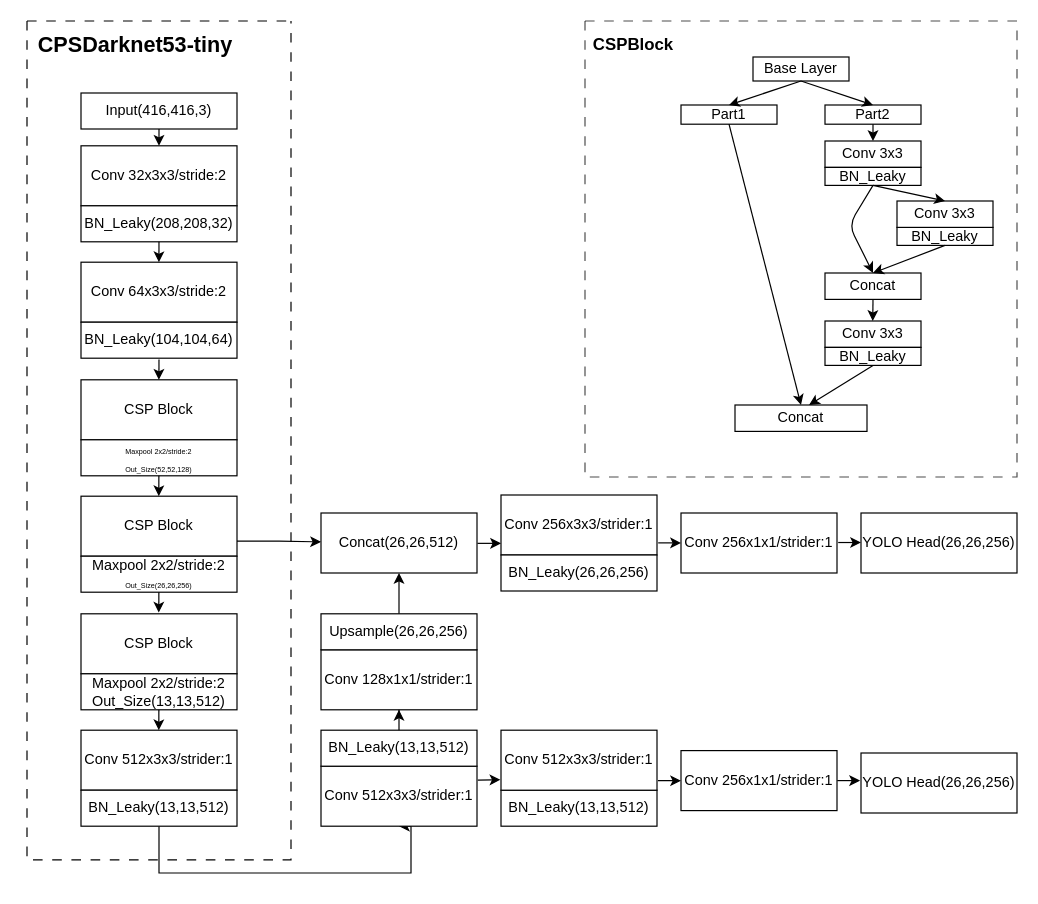
The draw.io diagram 系统顶层.drawio in Tanglia/draw, before the edit. Source tidied: cells renumbered, new cells numbered last; positions are measured from the earlier drawing's top-left corner, leaving out a move shared by most shapes. Both pictures are drawn from the tidied source at 120%, with x=0, y=0 at pixel (20, 20).
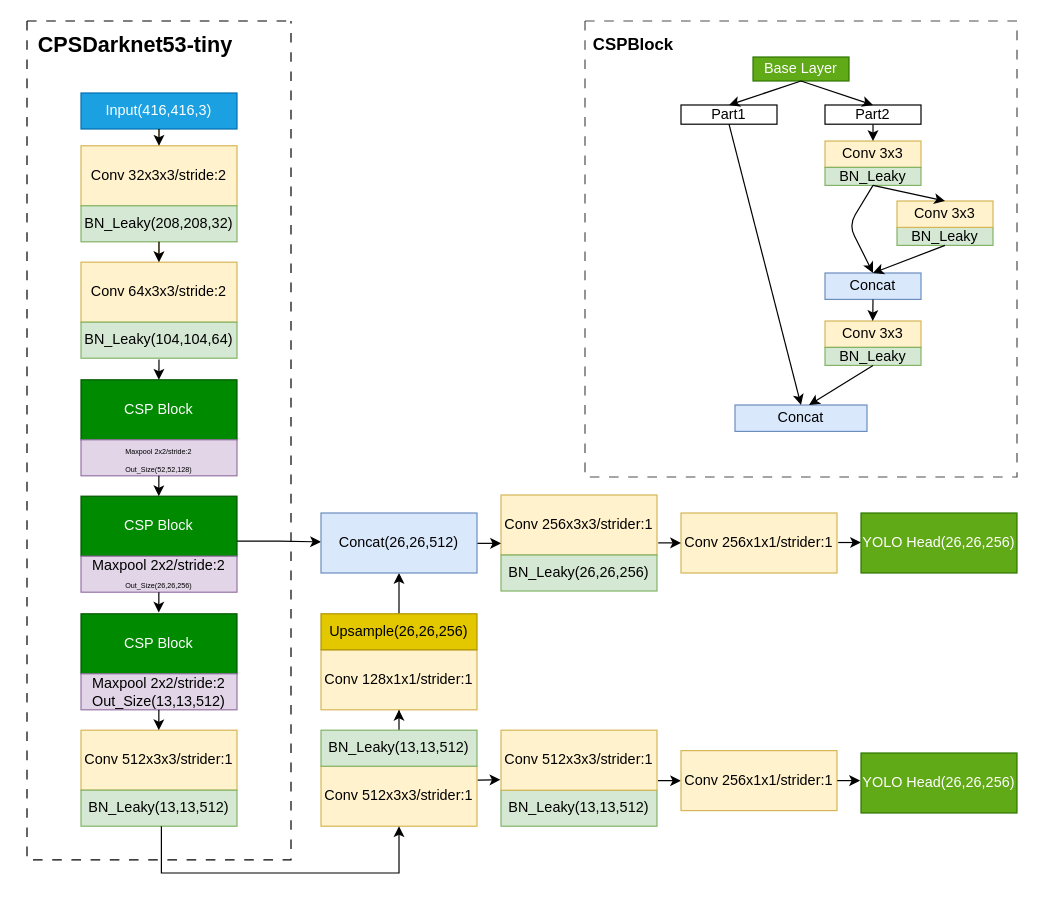
After the change.

Commit message:
更新系统顶层.drawio

Unchanged cells that the change refers to:
```xml
<mxCell id="46" style="swimlane;startSize=0;dashed=1;dashPattern=8 8;opacity=70;" parent="1" vertex="1">
  <mxGeometry x="470" width="360" height="380" as="geometry" />
</mxCell>
```

What changed in the source:
```diff
@@
+    <mxCell id="68" style="edgeStyle=orthogonalEdgeStyle;rounded=0;jettySize=auto;html=1;fillColor=#fff2cc;strokeColor=#d6b656;" parent="1" edge="1" source="2" target="5">
+      <mxGeometry relative="1" as="geometry" />
+    </mxCell>
-    <mxCell id="2" value="Input(416,416,3)" style="rounded=0;whiteSpace=wrap;html=1;flipV=1;flipH=0;" parent="1" vertex="1">
+    <mxCell id="2" value="Input(416,416,3)" style="rounded=0;whiteSpace=wrap;html=1;flipV=1;flipH=0;fillColor=#1ba1e2;strokeColor=#006EAF;fontColor=#ffffff;" parent="1" vertex="1">
       <mxGeometry x="50" y="60" width="130" height="30" as="geometry" />
     </mxCell>
-    <mxCell id="3" value="Conv 32x3x3/stride:2" style="rounded=0;whiteSpace=wrap;html=1;flipV=1;flipH=0;" parent="1" vertex="1">
+    <mxCell id="3" value="Conv 32x3x3/stride:2" style="rounded=0;whiteSpace=wrap;html=1;flipV=1;flipH=0;fillColor=#fff2cc;strokeColor=#d6b656;" parent="1" vertex="1">
       <mxGeometry x="50" y="104" width="130" height="50" as="geometry" />
     </mxCell>
-    <mxCell id="4" value="BN_Leaky(208,208,32)" style="rounded=0;whiteSpace=wrap;html=1;flipV=1;flipH=0;" parent="1" vertex="1">
+    <mxCell id="4" value="BN_Leaky(208,208,32)" style="rounded=0;whiteSpace=wrap;html=1;flipV=1;flipH=0;fillColor=#d5e8d4;strokeColor=#82b366;" parent="1" vertex="1">
       <mxGeometry x="50" y="154" width="130" height="30" as="geometry" />
     </mxCell>
-    <mxCell id="5" value="Conv 64x3x3/stride:2" style="rounded=0;whiteSpace=wrap;html=1;flipV=1;flipH=0;" parent="1" vertex="1">
+    <mxCell id="5" value="Conv 64x3x3/stride:2" style="rounded=0;whiteSpace=wrap;html=1;flipV=1;flipH=0;fillColor=#fff2cc;strokeColor=#d6b656;" parent="1" vertex="1">
       <mxGeometry x="50" y="201" width="130" height="50" as="geometry" />
     </mxCell>
-    <mxCell id="6" value="BN_Leaky(104,104,64)" style="rounded=0;whiteSpace=wrap;html=1;flipV=1;flipH=0;" parent="1" vertex="1">
+    <mxCell id="6" value="BN_Leaky(104,104,64)" style="rounded=0;whiteSpace=wrap;html=1;flipV=1;flipH=0;fillColor=#d5e8d4;strokeColor=#82b366;" parent="1" vertex="1">
       <mxGeometry x="50" y="251" width="130" height="30" as="geometry" />
     </mxCell>
-    <mxCell id="7" value="CSP Block" style="rounded=0;whiteSpace=wrap;html=1;flipV=1;flipH=0;" parent="1" vertex="1">
+    <mxCell id="7" value="CSP Block" style="rounded=0;whiteSpace=wrap;html=1;flipV=1;flipH=0;fillColor=#008a00;fontColor=#ffffff;strokeColor=#005700;" parent="1" vertex="1">
       <mxGeometry x="50" y="299" width="130" height="50" as="geometry" />
     </mxCell>
-    <mxCell id="8" value="&lt;font style=&quot;font-size: 6px;&quot;&gt;Maxpool 2x2/stride:2&lt;br&gt;Out_Size(52,52,128)&lt;br&gt;&lt;/font&gt;" style="rounded=0;whiteSpace=wrap;html=1;flipV=1;flipH=0;" parent="1" vertex="1">
+    <mxCell id="8" value="&lt;font style=&quot;font-size: 6px;&quot;&gt;Maxpool 2x2/stride:2&lt;br&gt;Out_Size(52,52,128)&lt;br&gt;&lt;/font&gt;" style="rounded=0;whiteSpace=wrap;html=1;flipV=1;flipH=0;fillColor=#e1d5e7;strokeColor=#9673a6;" parent="1" vertex="1">
       <mxGeometry x="50" y="349" width="130" height="30" as="geometry" />
     </mxCell>
@@
-    <mxCell id="10" value="CSP Block" style="rounded=0;whiteSpace=wrap;html=1;flipV=1;flipH=0;" parent="1" vertex="1">
+    <mxCell id="10" value="CSP Block" style="rounded=0;whiteSpace=wrap;html=1;flipV=1;flipH=0;fillColor=#008a00;fontColor=#ffffff;strokeColor=#005700;" parent="1" vertex="1">
       <mxGeometry x="50" y="396" width="130" height="50" as="geometry" />
     </mxCell>
-    <mxCell id="11" value="Maxpool 2x2/stride:2&lt;br style=&quot;border-color: var(--border-color); font-size: 6px;&quot;&gt;&lt;span style=&quot;font-size: 6px;&quot;&gt;Out_Size(26,26,256)&lt;/span&gt;" style="rounded=0;whiteSpace=wrap;html=1;flipV=1;flipH=0;" parent="1" vertex="1">
+    <mxCell id="11" value="Maxpool 2x2/stride:2&lt;br style=&quot;border-color: var(--border-color); font-size: 6px;&quot;&gt;&lt;span style=&quot;font-size: 6px;&quot;&gt;Out_Size(26,26,256)&lt;/span&gt;" style="rounded=0;whiteSpace=wrap;html=1;flipV=1;flipH=0;fillColor=#e1d5e7;strokeColor=#9673a6;" parent="1" vertex="1">
       <mxGeometry x="50" y="446" width="130" height="30" as="geometry" />
     </mxCell>
-    <mxCell id="12" value="CSP Block" style="rounded=0;whiteSpace=wrap;html=1;flipV=1;flipH=0;" parent="1" vertex="1">
+    <mxCell id="12" value="CSP Block" style="rounded=0;whiteSpace=wrap;html=1;flipV=1;flipH=0;fillColor=#008a00;fontColor=#ffffff;strokeColor=#005700;" parent="1" vertex="1">
       <mxGeometry x="50" y="494" width="130" height="50" as="geometry" />
     </mxCell>
-    <mxCell id="13" value="Maxpool 2x2/stride:2&lt;br style=&quot;border-color: var(--border-color); font-size: 6px;&quot;&gt;Out_Size(13,13,512)" style="rounded=0;whiteSpace=wrap;html=1;flipV=1;flipH=0;" parent="1" vertex="1">
+    <mxCell id="13" value="Maxpool 2x2/stride:2&lt;br style=&quot;border-color: var(--border-color); font-size: 6px;&quot;&gt;Out_Size(13,13,512)" style="rounded=0;whiteSpace=wrap;html=1;flipV=1;flipH=0;fillColor=#e1d5e7;strokeColor=#9673a6;" parent="1" vertex="1">
       <mxGeometry x="50" y="544" width="130" height="30" as="geometry" />
     </mxCell>
-    <mxCell id="14" value="Conv 512x3x3/strider:1" style="rounded=0;whiteSpace=wrap;html=1;flipV=1;flipH=0;" parent="1" vertex="1">
+    <mxCell id="14" value="Conv 512x3x3/strider:1" style="rounded=0;whiteSpace=wrap;html=1;flipV=1;flipH=0;fillColor=#fff2cc;strokeColor=#d6b656;" parent="1" vertex="1">
       <mxGeometry x="50" y="591" width="130" height="50" as="geometry" />
     </mxCell>
-    <mxCell id="15" style="edgeStyle=orthogonalEdgeStyle;rounded=0;jettySize=auto;html=1;exitX=0.5;exitY=1;exitDx=0;exitDy=0;entryX=0.5;entryY=0;entryDx=0;entryDy=0;" parent="1" edge="1" source="16" target="25">
-      <mxGeometry relative="1" as="geometry">
-        <Array as="points">
-          <mxPoint x="115" y="710" />
-          <mxPoint x="325" y="710" />
-        </Array>
-      </mxGeometry>
-    </mxCell>
-    <mxCell id="16" value="BN_Leaky(13,13,512)" style="rounded=0;whiteSpace=wrap;html=1;flipV=1;flipH=0;" parent="1" vertex="1">
+    <mxCell id="16" value="BN_Leaky(13,13,512)" style="rounded=0;whiteSpace=wrap;html=1;flipV=1;flipH=0;fillColor=#d5e8d4;strokeColor=#82b366;" parent="1" vertex="1">
       <mxGeometry x="50" y="641" width="130" height="30" as="geometry" />
     </mxCell>
@@
-    <mxCell id="25" value="Conv 512x3x3/strider:1" style="rounded=0;whiteSpace=wrap;html=1;flipV=0;flipH=1;direction=west;" parent="1" vertex="1">
+    <mxCell id="25" value="Conv 512x3x3/strider:1" style="rounded=0;whiteSpace=wrap;html=1;flipV=0;flipH=1;direction=west;fillColor=#fff2cc;strokeColor=#d6b656;" parent="1" vertex="1">
       <mxGeometry x="250" y="621" width="130" height="50" as="geometry" />
     </mxCell>
@@
-    <mxCell id="27" value="BN_Leaky(13,13,512)" style="rounded=0;whiteSpace=wrap;html=1;flipV=0;flipH=1;direction=west;" parent="1" vertex="1">
+    <mxCell id="27" value="BN_Leaky(13,13,512)" style="rounded=0;whiteSpace=wrap;html=1;flipV=0;flipH=1;direction=west;fillColor=#d5e8d4;strokeColor=#82b366;" parent="1" vertex="1">
       <mxGeometry x="250" y="591" width="130" height="30" as="geometry" />
     </mxCell>
-    <mxCell id="28" value="Conv 128x1x1/strider:1" style="rounded=0;whiteSpace=wrap;html=1;flipV=0;flipH=1;direction=west;" parent="1" vertex="1">
+    <mxCell id="28" value="Conv 128x1x1/strider:1" style="rounded=0;whiteSpace=wrap;html=1;flipV=0;flipH=1;direction=west;fillColor=#fff2cc;strokeColor=#d6b656;" parent="1" vertex="1">
       <mxGeometry x="250" y="524" width="130" height="50" as="geometry" />
     </mxCell>
@@
-    <mxCell id="30" value="Upsample(26,26,256)" style="rounded=0;whiteSpace=wrap;html=1;flipV=0;flipH=1;direction=west;" parent="1" vertex="1">
+    <mxCell id="30" value="Upsample(26,26,256)" style="rounded=0;whiteSpace=wrap;html=1;flipV=0;flipH=1;direction=west;fillColor=#e3c800;fontColor=#000000;strokeColor=#B09500;" parent="1" vertex="1">
       <mxGeometry x="250" y="494" width="130" height="30" as="geometry" />
     </mxCell>
-    <mxCell id="31" value="Concat(26,26,512)" style="rounded=0;whiteSpace=wrap;html=1;flipV=0;flipH=1;direction=west;" parent="1" vertex="1">
+    <mxCell id="31" value="Concat(26,26,512)" style="rounded=0;whiteSpace=wrap;html=1;flipV=0;flipH=1;direction=west;fillColor=#dae8fc;strokeColor=#6c8ebf;" parent="1" vertex="1">
       <mxGeometry x="250" y="410" width="130" height="50" as="geometry" />
     </mxCell>
-    <mxCell id="32" value="Conv 256x3x3/strider:1" style="rounded=0;whiteSpace=wrap;html=1;flipV=1;flipH=0;" parent="1" vertex="1">
+    <mxCell id="32" value="Conv 256x3x3/strider:1" style="rounded=0;whiteSpace=wrap;html=1;flipV=1;flipH=0;fillColor=#fff2cc;strokeColor=#d6b656;" parent="1" vertex="1">
       <mxGeometry x="400" y="395" width="130" height="50" as="geometry" />
     </mxCell>
-    <mxCell id="33" value="BN_Leaky(26,26,256)" style="rounded=0;whiteSpace=wrap;html=1;flipV=1;flipH=0;" parent="1" vertex="1">
+    <mxCell id="33" value="BN_Leaky(26,26,256)" style="rounded=0;whiteSpace=wrap;html=1;flipV=1;flipH=0;fillColor=#d5e8d4;strokeColor=#82b366;" parent="1" vertex="1">
       <mxGeometry x="400" y="445" width="130" height="30" as="geometry" />
     </mxCell>
-    <mxCell id="34" value="BN_Leaky(13,13,512)" style="rounded=0;whiteSpace=wrap;html=1;flipV=0;flipH=1;direction=west;" parent="1" vertex="1">
+    <mxCell id="34" value="BN_Leaky(13,13,512)" style="rounded=0;whiteSpace=wrap;html=1;flipV=0;flipH=1;direction=west;fillColor=#d5e8d4;strokeColor=#82b366;" parent="1" vertex="1">
       <mxGeometry x="400" y="641" width="130" height="30" as="geometry" />
     </mxCell>
-    <mxCell id="35" value="Conv 512x3x3/strider:1" style="rounded=0;whiteSpace=wrap;html=1;flipV=0;flipH=1;direction=west;" parent="1" vertex="1">
+    <mxCell id="35" value="Conv 512x3x3/strider:1" style="rounded=0;whiteSpace=wrap;html=1;flipV=0;flipH=1;direction=west;fillColor=#fff2cc;strokeColor=#d6b656;" parent="1" vertex="1">
       <mxGeometry x="400" y="591" width="130" height="50" as="geometry" />
     </mxCell>
-    <mxCell id="36" value="YOLO Head(26,26,256)" style="rounded=0;whiteSpace=wrap;html=1;flipV=0;flipH=1;direction=west;" parent="1" vertex="1">
+    <mxCell id="36" value="YOLO Head(26,26,256)" style="rounded=0;whiteSpace=wrap;html=1;flipV=0;flipH=1;direction=west;fillColor=#60a917;fontColor=#ffffff;strokeColor=#2D7600;" parent="1" vertex="1">
       <mxGeometry x="700" y="610" width="130" height="50" as="geometry" />
     </mxCell>
-    <mxCell id="37" value="Conv 256x1x1/strider:1" style="rounded=0;whiteSpace=wrap;html=1;flipV=0;flipH=1;direction=west;" parent="1" vertex="1">
+    <mxCell id="37" value="Conv 256x1x1/strider:1" style="rounded=0;whiteSpace=wrap;html=1;flipV=0;flipH=1;direction=west;fillColor=#fff2cc;strokeColor=#d6b656;" parent="1" vertex="1">
       <mxGeometry x="550" y="410" width="130" height="50" as="geometry" />
     </mxCell>
@@
-    <mxCell id="39" value="Conv 256x1x1/strider:1" style="rounded=0;whiteSpace=wrap;html=1;flipV=0;flipH=1;direction=west;" parent="1" vertex="1">
+    <mxCell id="39" value="Conv 256x1x1/strider:1" style="rounded=0;whiteSpace=wrap;html=1;flipV=0;flipH=1;direction=west;fillColor=#fff2cc;strokeColor=#d6b656;" parent="1" vertex="1">
       <mxGeometry x="550" y="608" width="130" height="50" as="geometry" />
     </mxCell>
-    <mxCell id="40" value="YOLO Head(26,26,256)" style="rounded=0;whiteSpace=wrap;html=1;flipV=0;flipH=1;direction=west;" parent="1" vertex="1">
+    <mxCell id="40" value="YOLO Head(26,26,256)" style="rounded=0;whiteSpace=wrap;html=1;flipV=0;flipH=1;direction=west;fillColor=#60a917;fontColor=#ffffff;strokeColor=#2D7600;" parent="1" vertex="1">
       <mxGeometry x="700" y="410" width="130" height="50" as="geometry" />
     </mxCell>
@@
-    <mxCell id="48" value="Base Layer" style="rounded=0;whiteSpace=wrap;html=1;" parent="46" vertex="1">
+    <mxCell id="48" value="Base Layer" style="rounded=0;whiteSpace=wrap;html=1;fillColor=#60a917;fontColor=#ffffff;strokeColor=#2D7600;" parent="46" vertex="1">
       <mxGeometry x="140" y="30" width="80" height="20" as="geometry" />
     </mxCell>
@@
-    <mxCell id="51" value="Conv 3x3" style="rounded=0;whiteSpace=wrap;html=1;" parent="46" vertex="1">
+    <mxCell id="51" value="Conv 3x3" style="rounded=0;whiteSpace=wrap;html=1;fillColor=#fff2cc;strokeColor=#d6b656;" parent="46" vertex="1">
       <mxGeometry x="200" y="100" width="80" height="22" as="geometry" />
     </mxCell>
-    <mxCell id="52" value="BN_Leaky" style="rounded=0;whiteSpace=wrap;html=1;" parent="46" vertex="1">
+    <mxCell id="52" value="BN_Leaky" style="rounded=0;whiteSpace=wrap;html=1;fillColor=#d5e8d4;strokeColor=#82b366;" parent="46" vertex="1">
       <mxGeometry x="200" y="122" width="80" height="15" as="geometry" />
     </mxCell>
-    <mxCell id="53" value="BN_Leaky" style="rounded=0;whiteSpace=wrap;html=1;" parent="46" vertex="1">
+    <mxCell id="53" value="BN_Leaky" style="rounded=0;whiteSpace=wrap;html=1;fillColor=#d5e8d4;strokeColor=#82b366;" parent="46" vertex="1">
       <mxGeometry x="260" y="172" width="80" height="15" as="geometry" />
     </mxCell>
-    <mxCell id="54" value="Conv 3x3" style="rounded=0;whiteSpace=wrap;html=1;" parent="46" vertex="1">
+    <mxCell id="54" value="Conv 3x3" style="rounded=0;whiteSpace=wrap;html=1;fillColor=#fff2cc;strokeColor=#d6b656;" parent="46" vertex="1">
       <mxGeometry x="260" y="150" width="80" height="22" as="geometry" />
     </mxCell>
-    <mxCell id="55" value="Concat" style="rounded=0;whiteSpace=wrap;html=1;" parent="46" vertex="1">
+    <mxCell id="55" value="Concat" style="rounded=0;whiteSpace=wrap;html=1;fillColor=#dae8fc;strokeColor=#6c8ebf;" parent="46" vertex="1">
       <mxGeometry x="200" y="210" width="80" height="22" as="geometry" />
     </mxCell>
-    <mxCell id="56" value="Conv 3x3" style="rounded=0;whiteSpace=wrap;html=1;" parent="46" vertex="1">
+    <mxCell id="56" value="Conv 3x3" style="rounded=0;whiteSpace=wrap;html=1;fillColor=#fff2cc;strokeColor=#d6b656;" parent="46" vertex="1">
       <mxGeometry x="200" y="250" width="80" height="22" as="geometry" />
     </mxCell>
-    <mxCell id="57" value="BN_Leaky" style="rounded=0;whiteSpace=wrap;html=1;" parent="46" vertex="1">
+    <mxCell id="57" value="BN_Leaky" style="rounded=0;whiteSpace=wrap;html=1;fillColor=#d5e8d4;strokeColor=#82b366;" parent="46" vertex="1">
       <mxGeometry x="200" y="272" width="80" height="15" as="geometry" />
     </mxCell>
-    <mxCell id="58" value="Concat" style="rounded=0;whiteSpace=wrap;html=1;" parent="46" vertex="1">
+    <mxCell id="58" value="Concat" style="rounded=0;whiteSpace=wrap;html=1;fillColor=#dae8fc;strokeColor=#6c8ebf;" parent="46" vertex="1">
       <mxGeometry x="125" y="320" width="110" height="22" as="geometry" />
     </mxCell>
@@
+    <mxCell id="69" style="endArrow=classic;html=1;rounded=0;exitX=0.5;exitY=1;exitDx=0;exitDy=0;entryX=0.5;entryY=0;entryDx=0;entryDy=0;" parent="1" edge="1" target="25">
+      <mxGeometry relative="1" as="geometry">
+        <mxPoint x="117" y="671" as="sourcePoint" />
+        <Array as="points">
+          <mxPoint x="117" y="710" />
+          <mxPoint x="315" y="710" />
+        </Array>
+      </mxGeometry>
+    </mxCell>
```
